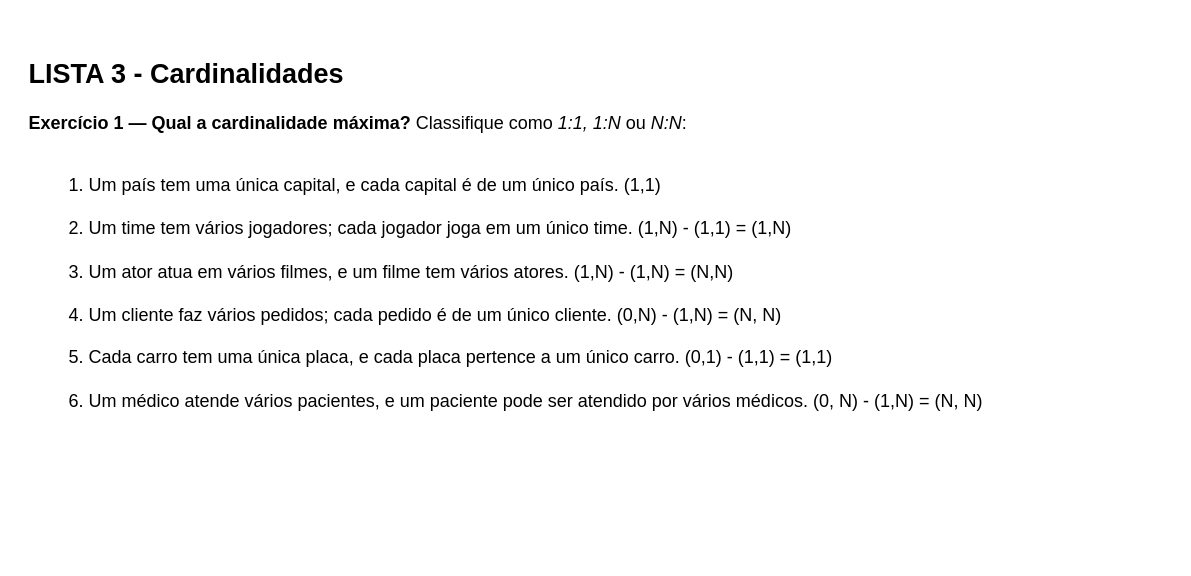
Before: page "exercicio-1" (1 of 5) of ConceitosDeModelagem/Lista_exercicio_3.drawio in gominho-sbc/Fundamentos-Banco-de-dados, a draw.io diagram. Source tidied: cells renumbered, new cells numbered last; positions are measured from the earlier drawing's top-left corner, leaving out a move shared by most shapes. Both pictures are drawn from the tidied source at 150%, with x=0, y=0 at pixel (26, 26).
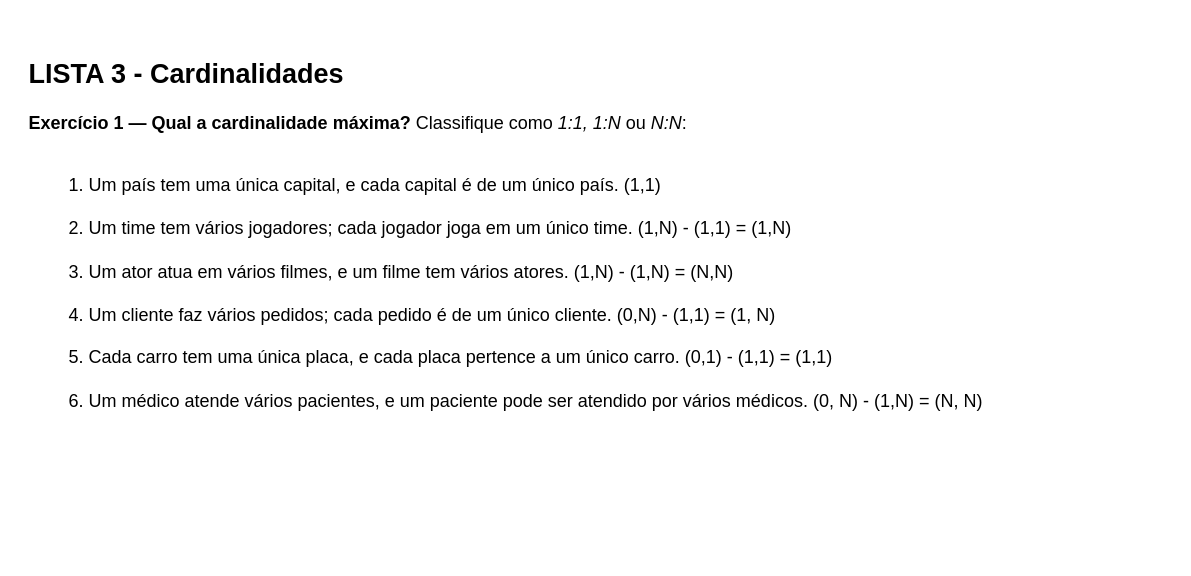
The same diagram, later.

The edit, as a diff of the source:
```diff
@@
 <mxGraphModel>
   <root>
     <mxCell id="0" />
     <mxCell id="1" parent="0" />
-    <mxCell id="2" value="&lt;h2&gt;LISTA 3  - Cardinalidades&lt;/h2&gt;&lt;p&gt;&lt;strong&gt;Exercício 1 — Qual a cardinalidade máxima?&lt;/strong&gt; Classifique como &lt;em&gt;1:1, 1:N&lt;/em&gt; ou &lt;em&gt;N:N&lt;/em&gt;:&lt;/p&gt;&lt;ol&gt;&lt;br&gt;&lt;li&gt;Um país tem uma única capital, e cada capital é de um único país. (1,1)&lt;/li&gt;&lt;br&gt;&lt;li&gt;Um time tem vários jogadores; cada jogador joga em um único time. (1,N) - (1,1) = (1,N)&lt;/li&gt;&lt;br&gt;&lt;li&gt;Um ator atua em vários filmes, e um filme tem vários atores. (1,N) - (1,N) = (N,N)&lt;/li&gt;&lt;br&gt;&lt;li&gt;Um cliente faz vários pedidos; cada pedido é de um único cliente. (0,N) - (1,N) = (N, N)&lt;/li&gt;&lt;br&gt;&lt;li&gt;Cada carro tem uma única placa, e cada placa pertence a um único carro. (0,1) - (1,1) = (1,1)&lt;/li&gt;&lt;br&gt;&lt;li&gt;Um médico atende vários pacientes, e um paciente pode ser atendido por vários médicos. (0, N) - (1,N) = (N, N)&lt;/li&gt;&lt;br&gt;&lt;/ol&gt;" style="text;whiteSpace=wrap;html=1;" parent="1" vertex="1">
+    <mxCell id="2" value="&lt;h2&gt;LISTA 3  - Cardinalidades&lt;/h2&gt;&lt;p&gt;&lt;strong&gt;Exercício 1 — Qual a cardinalidade máxima?&lt;/strong&gt; Classifique como &lt;em&gt;1:1, 1:N&lt;/em&gt; ou &lt;em&gt;N:N&lt;/em&gt;:&lt;/p&gt;&lt;ol&gt;&lt;br&gt;&lt;li&gt;Um país tem uma única capital, e cada capital é de um único país. (1,1)&lt;/li&gt;&lt;br&gt;&lt;li&gt;Um time tem vários jogadores; cada jogador joga em um único time. (1,N) - (1,1) = (1,N)&lt;/li&gt;&lt;br&gt;&lt;li&gt;Um ator atua em vários filmes, e um filme tem vários atores. (1,N) - (1,N) = (N,N)&lt;/li&gt;&lt;br&gt;&lt;li&gt;Um cliente faz vários pedidos; cada pedido é de um único cliente. (0,N) - (1,1) = (1, N)&lt;/li&gt;&lt;br&gt;&lt;li&gt;Cada carro tem uma única placa, e cada placa pertence a um único carro. (0,1) - (1,1) = (1,1)&lt;/li&gt;&lt;br&gt;&lt;li&gt;Um médico atende vários pacientes, e um paciente pode ser atendido por vários médicos. (0, N) - (1,N) = (N, N)&lt;/li&gt;&lt;br&gt;&lt;/ol&gt;" style="text;whiteSpace=wrap;html=1;" parent="1" vertex="1">
       <mxGeometry width="760" height="350" as="geometry" />
     </mxCell>
   </root>
 </mxGraphModel>
```
